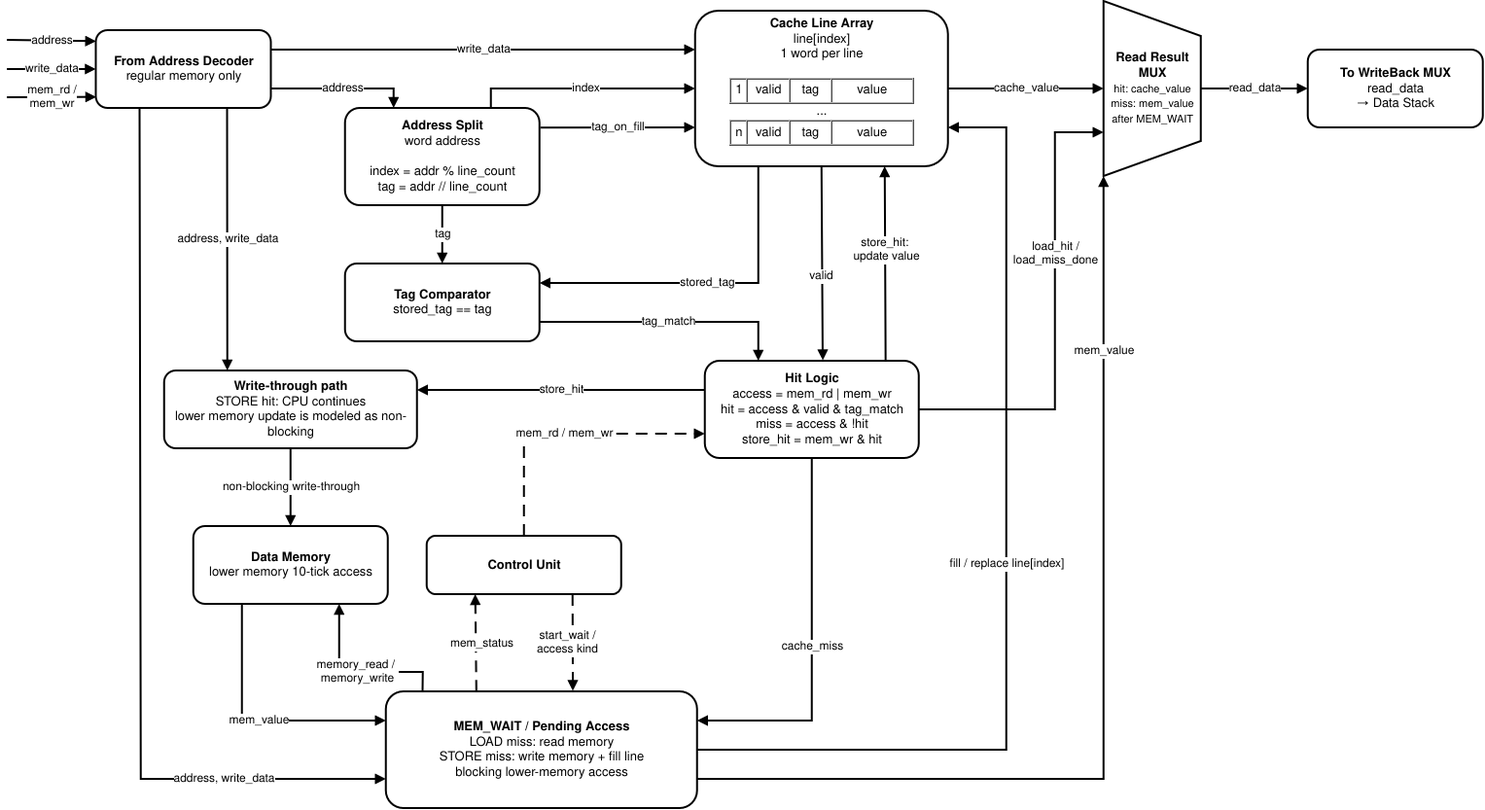
This is fig/cache.png from barmichevg/csa-lab4, a draw.io export, as it was before one commit. Source tidied: cells renumbered, new cells last; positions are measured from the earlier drawing's top-left corner, leaving out a move shared by most shapes. Source of this version:
```xml
<mxGraphModel>
  <root>
    <mxCell id="0" />
    <mxCell id="1" parent="0" />
    <mxCell id="2" value="&lt;div&gt;&lt;b&gt;From Address Decoder&lt;/b&gt;&lt;/div&gt;regular memory only" style="rounded=1;whiteSpace=wrap;html=1;strokeWidth=2;fontSize=13;" parent="1" vertex="1">
      <mxGeometry x="91.5" y="30" width="180" height="80" as="geometry" />
    </mxCell>
    <mxCell id="3" value="address" style="endArrow=block;html=1;rounded=0;strokeWidth=2;strokeColor=#000000;fontSize=12;entryX=0.001;entryY=0.141;entryDx=0;entryDy=0;entryPerimeter=0;" parent="1" edge="1" target="2">
      <mxGeometry relative="1" as="geometry">
        <mxPoint y="40" as="sourcePoint" />
      </mxGeometry>
    </mxCell>
    <mxCell id="4" value="write_data" style="endArrow=block;html=1;rounded=0;strokeWidth=2;strokeColor=#000000;fontSize=12;entryX=0;entryY=0.5;entryDx=0;entryDy=0;" parent="1" edge="1" target="2">
      <mxGeometry relative="1" as="geometry">
        <mxPoint y="70" as="sourcePoint" />
      </mxGeometry>
    </mxCell>
    <mxCell id="5" value="&lt;div&gt;mem_rd /&lt;/div&gt;&lt;div&gt;mem_wr&lt;/div&gt;" style="endArrow=block;html=1;rounded=0;strokeWidth=2;strokeColor=#000000;fontSize=12;entryX=0.003;entryY=0.858;entryDx=0;entryDy=0;entryPerimeter=0;" parent="1" edge="1" target="2">
      <mxGeometry relative="1" as="geometry">
        <mxPoint y="99" as="sourcePoint" />
      </mxGeometry>
    </mxCell>
    <mxCell id="6" value="&lt;b&gt;Address Split&lt;/b&gt;&lt;br&gt;word address&lt;br&gt;&lt;br&gt;index = addr % line_count&lt;br&gt;tag = addr // line_count" style="rounded=1;whiteSpace=wrap;html=1;strokeWidth=2;fontSize=13;" parent="1" vertex="1">
      <mxGeometry x="347.8" y="110" width="200" height="100" as="geometry" />
    </mxCell>
    <mxCell id="7" value="address" style="endArrow=block;html=1;rounded=0;strokeWidth=2;strokeColor=#000000;fontSize=12;exitX=1;exitY=0.75;exitDx=0;exitDy=0;entryX=0.25;entryY=0;entryDx=0;entryDy=0;" parent="1" edge="1" source="2" target="6">
      <mxGeometry relative="1" as="geometry">
        <Array as="points">
          <mxPoint x="397.8" y="90" />
        </Array>
      </mxGeometry>
    </mxCell>
    <mxCell id="8" value="&lt;b&gt;Cache Line Array&lt;/b&gt;&lt;br&gt;&lt;div&gt;line[index]&lt;/div&gt;&lt;div&gt;1 word per line&lt;/div&gt;&lt;div&gt;&lt;br&gt;&lt;/div&gt;&lt;div&gt;&lt;table border=&quot;1&quot; cellpadding=&quot;4&quot; cellspacing=&quot;0&quot;&gt;&lt;tbody&gt;&lt;tr&gt;&lt;td&gt;1&lt;/td&gt;&lt;td&gt;&amp;nbsp;valid&amp;nbsp;&lt;/td&gt;&lt;td&gt;&amp;nbsp; tag&amp;nbsp;&amp;nbsp;&lt;/td&gt;&lt;td&gt;&amp;nbsp; &amp;nbsp; &amp;nbsp; value&amp;nbsp; &amp;nbsp; &amp;nbsp;&amp;nbsp;&lt;/td&gt;&lt;/tr&gt;&lt;/tbody&gt;&lt;/table&gt;...&lt;/div&gt;&lt;div&gt;&lt;table border=&quot;1&quot; cellpadding=&quot;4&quot; cellspacing=&quot;0&quot;&gt;&lt;tbody&gt;&lt;tr&gt;&lt;td&gt;n&lt;/td&gt;&lt;td&gt;&amp;nbsp;valid&amp;nbsp;&lt;/td&gt;&lt;td&gt;&amp;nbsp; tag&amp;nbsp;&amp;nbsp;&lt;/td&gt;&lt;td&gt;&amp;nbsp; &amp;nbsp; &amp;nbsp; value&amp;nbsp; &amp;nbsp; &amp;nbsp;&amp;nbsp;&lt;/td&gt;&lt;/tr&gt;&lt;/tbody&gt;&lt;/table&gt;&lt;br&gt;&lt;/div&gt;" style="rounded=1;whiteSpace=wrap;html=1;strokeWidth=2;fontSize=13;" parent="1" vertex="1">
      <mxGeometry x="707.8" y="10" width="260" height="160" as="geometry" />
    </mxCell>
    <mxCell id="9" value="index" style="endArrow=block;html=1;rounded=0;strokeWidth=2;strokeColor=#000000;fontSize=12;entryX=0;entryY=0.5;entryDx=0;entryDy=0;exitX=0.75;exitY=0;exitDx=0;exitDy=0;" parent="1" edge="1" source="6" target="8">
      <mxGeometry x="0.02" relative="1" as="geometry">
        <Array as="points">
          <mxPoint x="497.8" y="90" />
        </Array>
      </mxGeometry>
    </mxCell>
    <mxCell id="10" value="write_data" style="endArrow=block;html=1;rounded=0;strokeWidth=2;strokeColor=#000000;fontSize=12;entryX=0;entryY=0.25;entryDx=0;entryDy=0;exitX=1;exitY=0.25;exitDx=0;exitDy=0;" parent="1" edge="1" source="2" target="8">
      <mxGeometry relative="1" as="geometry" />
    </mxCell>
    <mxCell id="11" value="tag_on_fill" style="endArrow=block;html=1;rounded=0;strokeWidth=2;strokeColor=#000000;fontSize=12;exitX=1.005;exitY=0.202;exitDx=0;exitDy=0;entryX=0;entryY=0.75;entryDx=0;entryDy=0;exitPerimeter=0;" parent="1" edge="1" source="6" target="8">
      <mxGeometry relative="1" as="geometry" />
    </mxCell>
    <mxCell id="12" value="&lt;b&gt;To WriteBack MUX&lt;/b&gt;&lt;br&gt;read_data&lt;br&gt;→ Data Stack" style="rounded=1;whiteSpace=wrap;html=1;strokeWidth=2;fontSize=13;" parent="1" vertex="1">
      <mxGeometry x="1337.8" y="50" width="180" height="80" as="geometry" />
    </mxCell>
    <mxCell id="13" value="read_data" style="endArrow=block;html=1;rounded=0;strokeWidth=2;strokeColor=#000000;fontSize=12;" parent="1" edge="1" source="38" target="12">
      <mxGeometry relative="1" as="geometry" />
    </mxCell>
    <mxCell id="14" value="cache_value" style="endArrow=block;html=1;rounded=0;strokeWidth=2;strokeColor=#000000;fontSize=12;exitX=1;exitY=0.5;exitDx=0;exitDy=0;entryX=0.5;entryY=1;entryDx=0;entryDy=0;" parent="1" edge="1" source="8" target="38">
      <mxGeometry relative="1" as="geometry" />
    </mxCell>
    <mxCell id="15" value="&lt;b&gt;MEM_WAIT / Pending Access&lt;/b&gt;&lt;br&gt;LOAD miss: read memory&lt;br&gt;&lt;div&gt;STORE miss: write memory + fill line&lt;/div&gt;blocking lower-memory access" style="rounded=1;whiteSpace=wrap;html=1;strokeWidth=2;fontSize=13;" parent="1" vertex="1">
      <mxGeometry x="389.8" y="710" width="320" height="120" as="geometry" />
    </mxCell>
    <mxCell id="16" value="mem_value" style="endArrow=block;html=1;rounded=0;strokeWidth=2;strokeColor=#000000;fontSize=12;exitX=1;exitY=0.75;exitDx=0;exitDy=0;entryX=1;entryY=1;entryDx=0;entryDy=0;" parent="1" edge="1" source="15" target="38">
      <mxGeometry x="0.65" relative="1" as="geometry">
        <Array as="points">
          <mxPoint x="1127.8" y="800" />
        </Array>
      </mxGeometry>
    </mxCell>
    <mxCell id="17" value="&lt;div&gt;&lt;b&gt;Hit Logic&lt;/b&gt;&lt;/div&gt;&lt;div&gt;access = mem_rd | mem_wr&lt;/div&gt;hit = access &amp;amp; valid &amp;amp; tag_match&lt;br&gt;miss = access &amp;amp; !hit&lt;br&gt;store_hit = mem_wr &amp;amp; hit&lt;font style=&quot;font-size: 11px&quot;&gt;&lt;/font&gt;" style="rounded=1;whiteSpace=wrap;html=1;strokeWidth=2;fontSize=13;" parent="1" vertex="1">
      <mxGeometry x="717.8" y="370" width="220" height="100" as="geometry" />
    </mxCell>
    <mxCell id="18" value="valid" style="endArrow=block;html=1;rounded=0;strokeWidth=2;strokeColor=#000000;fontSize=12;entryX=0.551;entryY=-0.005;entryDx=0;entryDy=0;exitX=0.5;exitY=1;exitDx=0;exitDy=0;entryPerimeter=0;" parent="1" edge="1" source="8" target="17">
      <mxGeometry x="0.13" y="-1" relative="1" as="geometry" />
    </mxCell>
    <mxCell id="19" value="&lt;b&gt;Control Unit&lt;/b&gt;" style="rounded=1;whiteSpace=wrap;html=1;strokeWidth=2;fontSize=13;" parent="1" vertex="1">
      <mxGeometry x="431.8" y="550" width="200" height="60" as="geometry" />
    </mxCell>
    <mxCell id="20" value="&lt;b&gt;Tag Comparator&lt;/b&gt;&lt;br&gt;stored_tag == tag" style="rounded=1;whiteSpace=wrap;html=1;strokeWidth=2;fontSize=13;" parent="1" vertex="1">
      <mxGeometry x="347.8" y="270" width="200" height="80" as="geometry" />
    </mxCell>
    <mxCell id="21" value="&lt;b&gt;Data Memory&lt;/b&gt;&lt;br&gt;lower memory 10-tick access" style="rounded=1;whiteSpace=wrap;html=1;strokeWidth=2;fontSize=13;" parent="1" vertex="1">
      <mxGeometry x="191.8" y="540" width="200" height="80" as="geometry" />
    </mxCell>
    <mxCell id="22" value="&lt;b&gt;Write-through path&lt;/b&gt;&lt;br&gt;STORE hit: CPU continues&lt;br&gt;lower memory update is modeled as non-blocking" style="rounded=1;whiteSpace=wrap;html=1;strokeWidth=2;fontSize=13;" parent="1" vertex="1">
      <mxGeometry x="161.8" y="380" width="260" height="80" as="geometry" />
    </mxCell>
    <mxCell id="23" value="tag" style="endArrow=block;html=1;rounded=0;strokeWidth=2;strokeColor=#000000;fontSize=12;" parent="1" edge="1" source="6" target="20">
      <mxGeometry relative="1" as="geometry" />
    </mxCell>
    <mxCell id="24" value="stored_tag" style="endArrow=block;html=1;rounded=0;strokeWidth=2;strokeColor=#000000;fontSize=12;entryX=1;entryY=0.25;entryDx=0;entryDy=0;exitX=0.25;exitY=1;exitDx=0;exitDy=0;" parent="1" edge="1" source="8" target="20">
      <mxGeometry relative="1" as="geometry">
        <Array as="points">
          <mxPoint x="772.8" y="290" />
        </Array>
      </mxGeometry>
    </mxCell>
    <mxCell id="25" value="tag_match" style="endArrow=block;html=1;rounded=0;strokeWidth=2;strokeColor=#000000;fontSize=12;entryX=0.25;entryY=0;entryDx=0;entryDy=0;exitX=1;exitY=0.75;exitDx=0;exitDy=0;" parent="1" edge="1" source="20" target="17">
      <mxGeometry relative="1" as="geometry">
        <Array as="points">
          <mxPoint x="772.8" y="330" />
        </Array>
      </mxGeometry>
    </mxCell>
    <mxCell id="26" value="&lt;div&gt;load_hit /&lt;/div&gt;&lt;div&gt;load_miss_done&lt;/div&gt;" style="endArrow=block;html=1;rounded=0;strokeWidth=2;strokeColor=#000000;fontSize=12;entryX=0.75;entryY=1;entryDx=0;entryDy=0;" parent="1" edge="1" source="17" target="38">
      <mxGeometry x="0.26" relative="1" as="geometry">
        <Array as="points">
          <mxPoint x="1077.8" y="420" />
          <mxPoint x="1077.8" y="135" />
        </Array>
      </mxGeometry>
    </mxCell>
    <mxCell id="27" value="store_hit" style="endArrow=block;html=1;rounded=0;strokeWidth=2;strokeColor=#000000;fontSize=12;exitX=0;exitY=0.3;exitDx=0;exitDy=0;exitPerimeter=0;entryX=1;entryY=0.25;entryDx=0;entryDy=0;" parent="1" edge="1" source="17" target="22">
      <mxGeometry relative="1" as="geometry" />
    </mxCell>
    <mxCell id="28" value="non-blocking write-through" style="endArrow=block;html=1;rounded=0;strokeWidth=2;strokeColor=#000000;fontSize=12;exitX=0.5;exitY=1;exitDx=0;exitDy=0;" parent="1" edge="1" source="22" target="21">
      <mxGeometry relative="1" as="geometry" />
    </mxCell>
    <mxCell id="29" value="mem_value" style="endArrow=block;html=1;rounded=0;strokeWidth=2;strokeColor=#000000;fontSize=12;entryX=0;entryY=0.25;entryDx=0;entryDy=0;exitX=0.25;exitY=1;exitDx=0;exitDy=0;" parent="1" edge="1" source="21" target="15">
      <mxGeometry x="0.03" relative="1" as="geometry">
        <Array as="points">
          <mxPoint x="241.8" y="740" />
        </Array>
      </mxGeometry>
    </mxCell>
    <mxCell id="30" value="&lt;div&gt;memory_read /&amp;nbsp;&lt;/div&gt;&lt;div&gt;memory_write&lt;/div&gt;" style="endArrow=block;html=1;rounded=0;strokeWidth=2;strokeColor=#000000;fontSize=12;exitX=0.118;exitY=-0.005;exitDx=0;exitDy=0;entryX=0.75;entryY=1;entryDx=0;entryDy=0;exitPerimeter=0;" parent="1" edge="1" source="15" target="21">
      <mxGeometry relative="1" as="geometry">
        <Array as="points">
          <mxPoint x="427.8" y="690" />
          <mxPoint x="341.8" y="690" />
        </Array>
      </mxGeometry>
    </mxCell>
    <mxCell id="31" value="&lt;div&gt;start_wait /&lt;/div&gt;&lt;div&gt;access kind&lt;/div&gt;" style="endArrow=block;html=1;rounded=0;strokeWidth=2;dashed=1;dashPattern=6 4;strokeColor=light-dark(#000000,#000000);fontColor=light-dark(#000000, #6f9bf2);fontSize=12;entryX=0.601;entryY=-0.004;entryDx=0;entryDy=0;exitX=0.75;exitY=1;exitDx=0;exitDy=0;entryPerimeter=0;" parent="1" edge="1" source="19" target="15">
      <mxGeometry x="-0.01" y="-6" relative="1" as="geometry" />
    </mxCell>
    <mxCell id="32" value="mem_status" style="endArrow=block;html=1;rounded=0;strokeWidth=2;dashed=1;dashPattern=6 4;strokeColor=light-dark(#000000,#000000);fontColor=light-dark(#000000, #6f9bf2);fontSize=12;exitX=0.291;exitY=0.002;exitDx=0;exitDy=0;entryX=0.25;entryY=1;entryDx=0;entryDy=0;exitPerimeter=0;" parent="1" edge="1" source="15" target="19">
      <mxGeometry x="-0.01" y="-6" relative="1" as="geometry" />
    </mxCell>
    <mxCell id="33" value="mem_rd / mem_wr" style="endArrow=block;html=1;rounded=0;strokeWidth=2;dashed=1;dashPattern=6 4;strokeColor=light-dark(#000000,#000000);fontColor=light-dark(#000000, #6f9bf2);fontSize=12;entryX=0;entryY=0.75;entryDx=0;entryDy=0;" parent="1" edge="1" source="19" target="17">
      <mxGeometry x="0.01" relative="1" as="geometry">
        <Array as="points">
          <mxPoint x="531.8" y="445" />
        </Array>
      </mxGeometry>
    </mxCell>
    <mxCell id="34" value="cache_miss" style="endArrow=block;html=1;rounded=0;strokeWidth=2;strokeColor=#000000;fontSize=12;entryX=1;entryY=0.25;entryDx=0;entryDy=0;" parent="1" edge="1" source="17" target="15">
      <mxGeometry relative="1" as="geometry">
        <Array as="points">
          <mxPoint x="827.8" y="740" />
        </Array>
      </mxGeometry>
    </mxCell>
    <mxCell id="35" value="address, write_data" style="endArrow=block;html=1;rounded=0;strokeWidth=2;strokeColor=#000000;fontSize=12;exitX=0.25;exitY=1;exitDx=0;exitDy=0;entryX=0;entryY=0.75;entryDx=0;entryDy=0;" parent="1" edge="1" source="2" target="15">
      <mxGeometry x="0.65" relative="1" as="geometry">
        <Array as="points">
          <mxPoint x="137.8" y="800" />
        </Array>
      </mxGeometry>
    </mxCell>
    <mxCell id="36" value="address, write_data" style="endArrow=block;html=1;rounded=0;strokeWidth=2;strokeColor=#000000;fontSize=12;exitX=0.75;exitY=1;exitDx=0;exitDy=0;entryX=0.25;entryY=0;entryDx=0;entryDy=0;" parent="1" edge="1" source="2" target="22">
      <mxGeometry relative="1" as="geometry" />
    </mxCell>
    <mxCell id="37" value="fill / replace line[index]" style="endArrow=block;html=1;rounded=0;strokeWidth=2;strokeColor=#000000;fontSize=12;exitX=1;exitY=0.5;exitDx=0;exitDy=0;entryX=1;entryY=0.75;entryDx=0;entryDy=0;" parent="1" edge="1" source="15" target="8">
      <mxGeometry relative="1" as="geometry">
        <Array as="points">
          <mxPoint x="1027.8" y="770" />
          <mxPoint x="1027.8" y="130" />
        </Array>
      </mxGeometry>
    </mxCell>
    <mxCell id="38" value="&lt;b&gt;Read Result MUX&lt;/b&gt;&lt;br&gt;&lt;font style=&quot;font-size: 11px&quot;&gt;hit: cache_value&lt;br&gt;miss: mem_value after MEM_WAIT&lt;/font&gt;" style="shape=trapezoid;perimeter=trapezoidPerimeter;whiteSpace=wrap;html=1;strokeWidth=2;fillColor=#ffffff;strokeColor=#000000;fontSize=13;direction=south;" parent="1" vertex="1">
      <mxGeometry x="1127.8" width="100" height="180" as="geometry" />
    </mxCell>
    <mxCell id="39" value="&lt;div&gt;store_hit:&amp;nbsp;&lt;/div&gt;&lt;div&gt;update value&lt;/div&gt;" style="endArrow=block;html=1;rounded=0;strokeWidth=2;strokeColor=#000000;fontSize=12;entryX=0.75;entryY=1;entryDx=0;entryDy=0;exitX=0.845;exitY=-0.004;exitDx=0;exitDy=0;exitPerimeter=0;" parent="1" edge="1" source="17" target="8">
      <mxGeometry x="0.13" y="-1" relative="1" as="geometry" />
    </mxCell>
  </root>
</mxGraphModel>
```
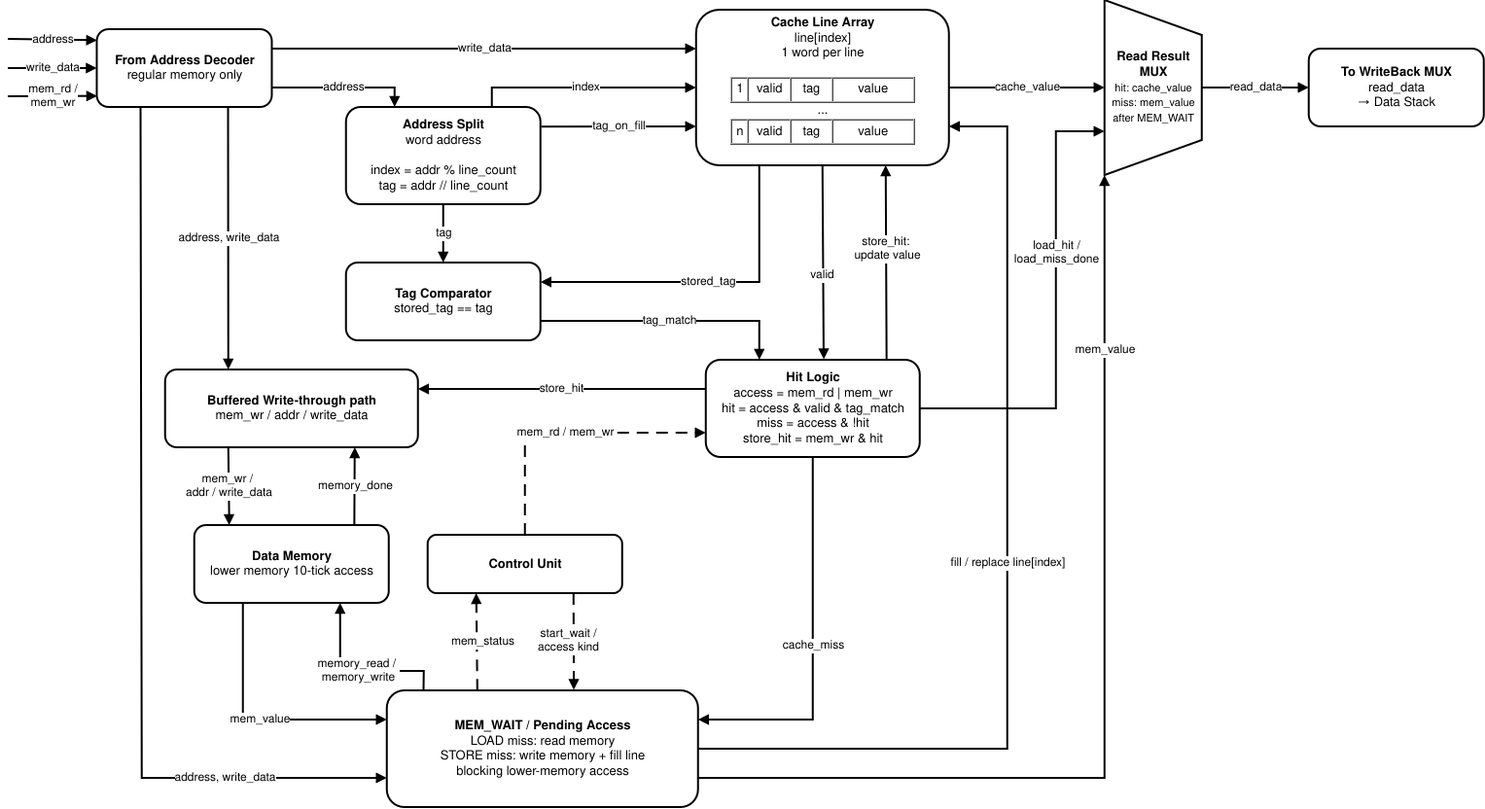
The same file after the commit.

What changed in the source:
```diff
@@ -80,7 +80,7 @@
     <mxCell id="21" value="&lt;b&gt;Data Memory&lt;/b&gt;&lt;br&gt;lower memory 10-tick access" style="rounded=1;whiteSpace=wrap;html=1;strokeWidth=2;fontSize=13;" parent="1" vertex="1">
       <mxGeometry x="191.8" y="540" width="200" height="80" as="geometry" />
     </mxCell>
-    <mxCell id="22" value="&lt;b&gt;Write-through path&lt;/b&gt;&lt;br&gt;STORE hit: CPU continues&lt;br&gt;lower memory update is modeled as non-blocking" style="rounded=1;whiteSpace=wrap;html=1;strokeWidth=2;fontSize=13;" parent="1" vertex="1">
+    <mxCell id="22" value="&lt;div&gt;&lt;b&gt;Buffered&amp;nbsp;Write-through path&lt;/b&gt;&lt;/div&gt;&lt;div&gt;mem_wr / addr / write_data&lt;/div&gt;" style="rounded=1;whiteSpace=wrap;html=1;strokeWidth=2;fontSize=13;" parent="1" vertex="1">
       <mxGeometry x="161.8" y="380" width="260" height="80" as="geometry" />
     </mxCell>
     <mxCell id="23" value="tag" style="endArrow=block;html=1;rounded=0;strokeWidth=2;strokeColor=#000000;fontSize=12;" parent="1" edge="1" source="6" target="20">
@@ -111,7 +111,7 @@
     <mxCell id="27" value="store_hit" style="endArrow=block;html=1;rounded=0;strokeWidth=2;strokeColor=#000000;fontSize=12;exitX=0;exitY=0.3;exitDx=0;exitDy=0;exitPerimeter=0;entryX=1;entryY=0.25;entryDx=0;entryDy=0;" parent="1" edge="1" source="17" target="22">
       <mxGeometry relative="1" as="geometry" />
     </mxCell>
-    <mxCell id="28" value="non-blocking write-through" style="endArrow=block;html=1;rounded=0;strokeWidth=2;strokeColor=#000000;fontSize=12;exitX=0.5;exitY=1;exitDx=0;exitDy=0;" parent="1" edge="1" source="22" target="21">
+    <mxCell id="28" value="&lt;div&gt;mem_wr /&amp;nbsp;&lt;/div&gt;&lt;div&gt;addr / write_data&lt;/div&gt;" style="endArrow=block;html=1;rounded=0;strokeWidth=2;strokeColor=#000000;fontSize=12;exitX=0.25;exitY=1;exitDx=0;exitDy=0;entryX=0.18;entryY=0;entryDx=0;entryDy=0;entryPerimeter=0;" parent="1" edge="1" source="22" target="21">
       <mxGeometry relative="1" as="geometry" />
     </mxCell>
     <mxCell id="29" value="mem_value" style="endArrow=block;html=1;rounded=0;strokeWidth=2;strokeColor=#000000;fontSize=12;entryX=0;entryY=0.25;entryDx=0;entryDy=0;exitX=0.25;exitY=1;exitDx=0;exitDy=0;" parent="1" edge="1" source="21" target="15">
@@ -173,5 +173,8 @@
     <mxCell id="39" value="&lt;div&gt;store_hit:&amp;nbsp;&lt;/div&gt;&lt;div&gt;update value&lt;/div&gt;" style="endArrow=block;html=1;rounded=0;strokeWidth=2;strokeColor=#000000;fontSize=12;entryX=0.75;entryY=1;entryDx=0;entryDy=0;exitX=0.845;exitY=-0.004;exitDx=0;exitDy=0;exitPerimeter=0;" parent="1" edge="1" source="17" target="8">
       <mxGeometry x="0.13" y="-1" relative="1" as="geometry" />
     </mxCell>
+    <mxCell id="40" value="memory_done" style="endArrow=block;html=1;rounded=0;strokeWidth=2;strokeColor=#000000;fontSize=12;exitX=0.823;exitY=0.006;exitDx=0;exitDy=0;entryX=0.75;entryY=1;entryDx=0;entryDy=0;exitPerimeter=0;" parent="1" edge="1" source="21" target="22">
+      <mxGeometry relative="1" as="geometry" />
+    </mxCell>
   </root>
 </mxGraphModel>
```
